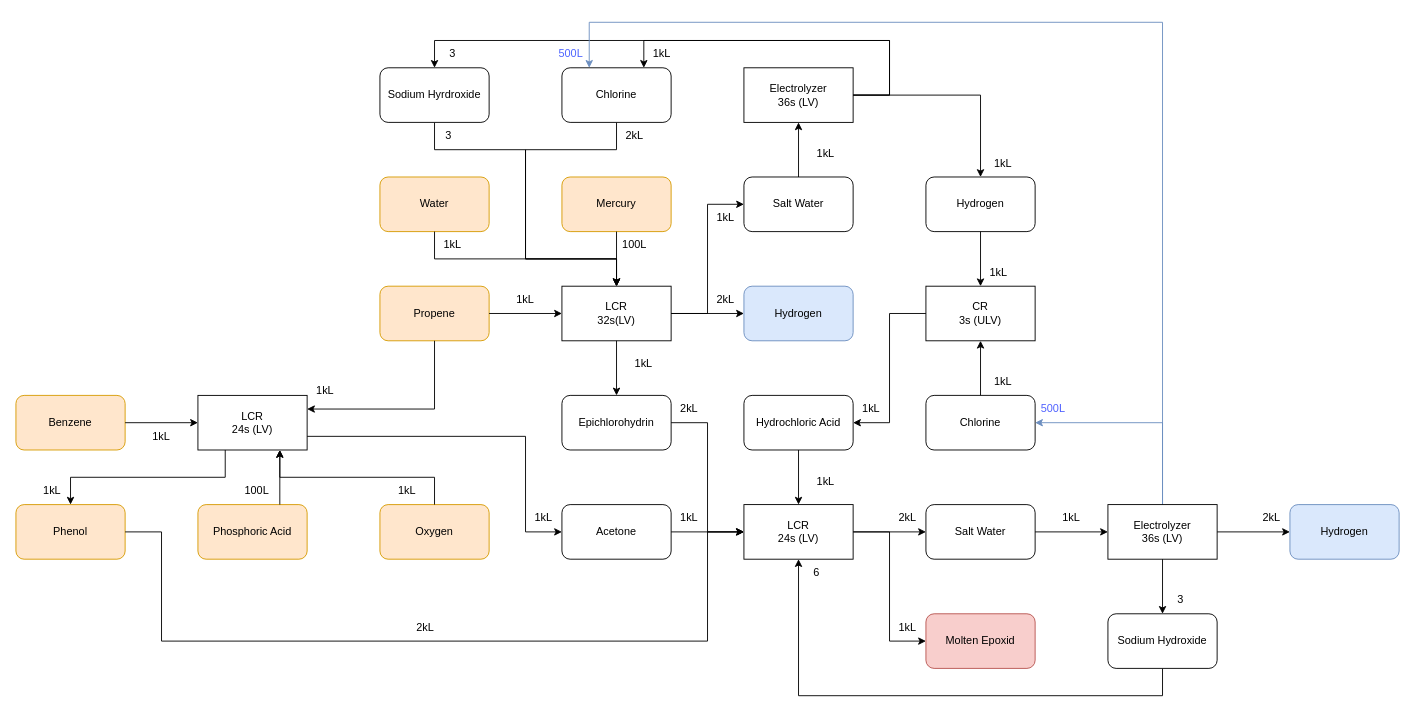
Before: Copy of epoxid.drawio in loldapeep/gtnhcharts, a draw.io diagram. Source tidied: cells renumbered, new cells numbered last; positions are measured from the earlier drawing's top-left corner, leaving out a move shared by most shapes. Both pictures are drawn from the tidied source at 91%, with x=0, y=0 at pixel (15, 22).
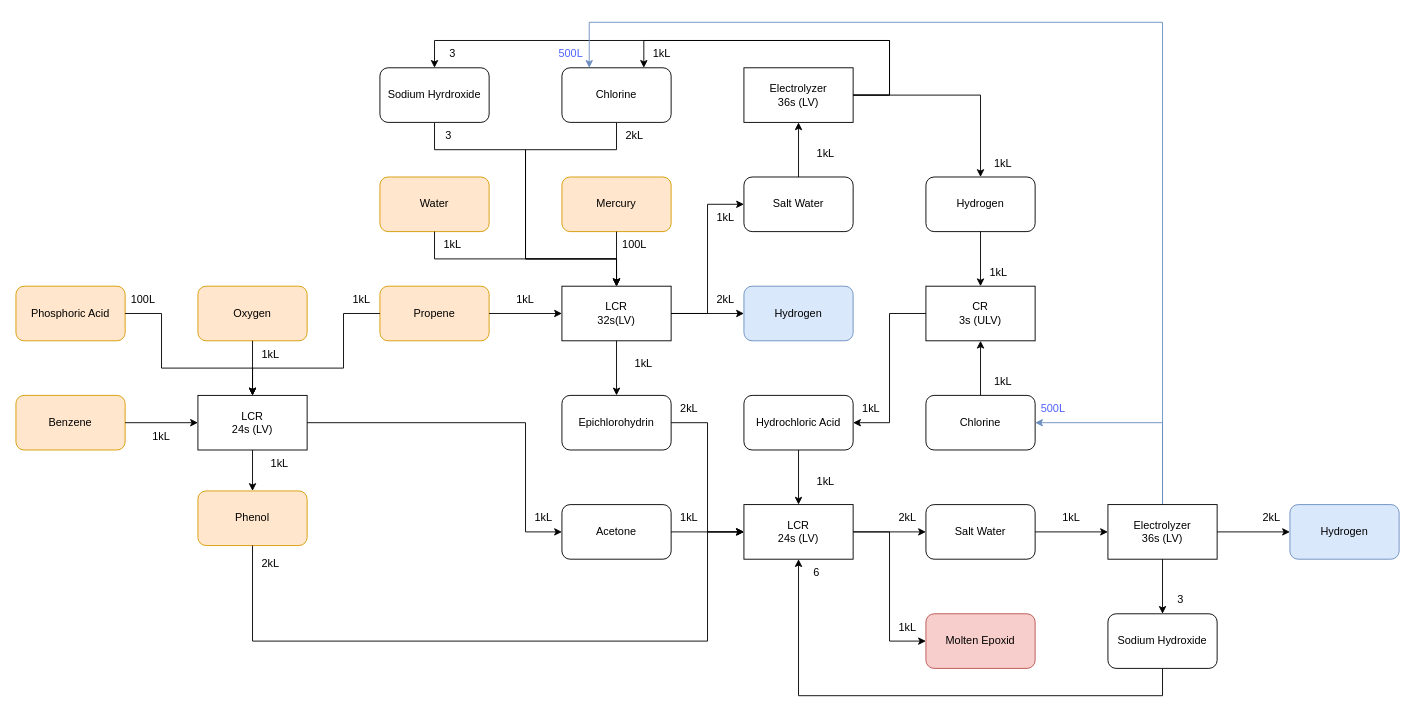
The same diagram, later.

Unchanged cells that the change refers to:
```xml
<mxCell id="4" value="Propene" style="rounded=1;whiteSpace=wrap;html=1;fillColor=#ffe6cc;strokeColor=#d79b00;" parent="1" vertex="1">
  <mxGeometry x="400" y="290" width="120" height="60" as="geometry" />
</mxCell>
<mxCell id="35" value="LCR&lt;br&gt;24s (LV)" style="rounded=0;whiteSpace=wrap;html=1;" parent="1" vertex="1">
  <mxGeometry x="200" y="410" width="120" height="60" as="geometry" />
</mxCell>
<mxCell id="46" value="Acetone" style="rounded=1;whiteSpace=wrap;html=1;" parent="1" vertex="1">
  <mxGeometry x="600" y="530" width="120" height="60" as="geometry" />
</mxCell>
```

Change to the diagram source:
```diff
@@
     <mxCell id="3" value="Phenol" style="rounded=1;whiteSpace=wrap;html=1;fillColor=#ffe6cc;strokeColor=#d79b00;" parent="1" vertex="1">
-      <mxGeometry y="530" width="120" height="60" as="geometry" />
+      <mxGeometry x="200" y="515" width="120" height="60" as="geometry" />
     </mxCell>
@@
     <mxCell id="33" value="Phosphoric Acid" style="rounded=1;whiteSpace=wrap;html=1;fillColor=#ffe6cc;strokeColor=#d79b00;" parent="1" vertex="1">
-      <mxGeometry x="200" y="530" width="120" height="60" as="geometry" />
+      <mxGeometry y="290" width="120" height="60" as="geometry" />
     </mxCell>
     <mxCell id="34" value="Oxygen" style="rounded=1;whiteSpace=wrap;html=1;fillColor=#ffe6cc;strokeColor=#d79b00;" parent="1" vertex="1">
-      <mxGeometry x="400" y="530" width="120" height="60" as="geometry" />
+      <mxGeometry x="200" y="290" width="120" height="60" as="geometry" />
     </mxCell>
@@
-    <mxCell id="36" style="endArrow=classic;html=1;rounded=0;exitX=0.75;exitY=0;exitDx=0;exitDy=0;entryX=0.75;entryY=1;entryDx=0;entryDy=0;" parent="1" edge="1" source="33" target="35">
-      <mxGeometry relative="1" as="geometry" />
+    <mxCell id="36" style="endArrow=classic;html=1;rounded=0;" parent="1" edge="1">
+      <mxGeometry relative="1" as="geometry">
+        <mxPoint x="120" y="320" as="sourcePoint" />
+        <mxPoint x="260" y="410" as="targetPoint" />
+        <Array as="points">
+          <mxPoint x="160" y="320" />
+          <mxPoint x="160" y="380" />
+          <mxPoint x="260" y="380" />
+        </Array>
+      </mxGeometry>
     </mxCell>
-    <mxCell id="37" style="endArrow=classic;html=1;rounded=0;exitX=0.5;exitY=0;exitDx=0;exitDy=0;" parent="1" edge="1" source="34">
-      <mxGeometry relative="1" as="geometry">
-        <mxPoint x="290" y="470" as="targetPoint" />
-        <Array as="points">
-          <mxPoint x="460" y="500" />
-          <mxPoint x="290" y="500" />
-        </Array>
-      </mxGeometry>
+    <mxCell id="37" style="endArrow=classic;html=1;rounded=0;exitX=0.5;exitY=1;exitDx=0;exitDy=0;entryX=0.5;entryY=0;entryDx=0;entryDy=0;" parent="1" edge="1" source="34" target="35">
+      <mxGeometry relative="1" as="geometry" />
     </mxCell>
-    <mxCell id="38" style="endArrow=classic;html=1;rounded=0;exitX=0.5;exitY=1;exitDx=0;exitDy=0;entryX=1;entryY=0.25;entryDx=0;entryDy=0;" parent="1" edge="1" source="4" target="35">
+    <mxCell id="38" style="endArrow=classic;html=1;rounded=0;exitX=0;exitY=0.5;exitDx=0;exitDy=0;entryX=0.5;entryY=0;entryDx=0;entryDy=0;" parent="1" edge="1" source="4" target="35">
       <mxGeometry relative="1" as="geometry">
         <Array as="points">
-          <mxPoint x="460" y="425" />
+          <mxPoint x="360" y="320" />
+          <mxPoint x="360" y="380" />
+          <mxPoint x="260" y="380" />
         </Array>
       </mxGeometry>
     </mxCell>
     <mxCell id="39" value="100L" style="text;html=1;strokeColor=none;fillColor=none;align=center;verticalAlign=middle;whiteSpace=wrap;rounded=0;" parent="1" vertex="1">
-      <mxGeometry x="235" y="500" width="60" height="30" as="geometry" />
+      <mxGeometry x="110" y="290" width="60" height="30" as="geometry" />
     </mxCell>
     <mxCell id="40" value="1kL" style="text;html=1;strokeColor=none;fillColor=none;align=center;verticalAlign=middle;whiteSpace=wrap;rounded=0;" parent="1" vertex="1">
-      <mxGeometry x="400" y="500" width="60" height="30" as="geometry" />
+      <mxGeometry x="250" y="350" width="60" height="30" as="geometry" />
     </mxCell>
     <mxCell id="41" value="1kL" style="text;html=1;strokeColor=none;fillColor=none;align=center;verticalAlign=middle;whiteSpace=wrap;rounded=0;" parent="1" vertex="1">
-      <mxGeometry x="310" y="390" width="60" height="30" as="geometry" />
+      <mxGeometry x="350" y="290" width="60" height="30" as="geometry" />
     </mxCell>
@@
-    <mxCell id="44" style="endArrow=classic;html=1;rounded=0;exitX=0.25;exitY=1;exitDx=0;exitDy=0;entryX=0.5;entryY=0;entryDx=0;entryDy=0;" parent="1" edge="1" source="35" target="3">
-      <mxGeometry relative="1" as="geometry">
-        <Array as="points">
-          <mxPoint x="230" y="500" />
-          <mxPoint x="60" y="500" />
-        </Array>
-      </mxGeometry>
+    <mxCell id="44" style="endArrow=classic;html=1;rounded=0;exitX=0.5;exitY=1;exitDx=0;exitDy=0;entryX=0.5;entryY=0;entryDx=0;entryDy=0;" parent="1" edge="1" source="35" target="3">
+      <mxGeometry relative="1" as="geometry" />
     </mxCell>
     <mxCell id="45" value="1kL" style="text;html=1;strokeColor=none;fillColor=none;align=center;verticalAlign=middle;whiteSpace=wrap;rounded=0;" parent="1" vertex="1">
-      <mxGeometry x="10" y="500" width="60" height="30" as="geometry" />
+      <mxGeometry x="260" y="470" width="60" height="30" as="geometry" />
     </mxCell>
@@
-    <mxCell id="47" style="endArrow=classic;html=1;rounded=0;exitX=1;exitY=0.75;exitDx=0;exitDy=0;entryX=0;entryY=0.5;entryDx=0;entryDy=0;" parent="1" edge="1" source="35" target="46">
+    <mxCell id="47" style="endArrow=classic;html=1;rounded=0;exitX=1;exitY=0.5;exitDx=0;exitDy=0;entryX=0;entryY=0.5;entryDx=0;entryDy=0;" parent="1" edge="1" source="35" target="46">
       <mxGeometry relative="1" as="geometry">
         <Array as="points">
-          <mxPoint x="560" y="455" />
+          <mxPoint x="560" y="440" />
           <mxPoint x="560" y="560" />
         </Array>
       </mxGeometry>
     </mxCell>
@@
-    <mxCell id="49" style="endArrow=classic;html=1;rounded=0;exitX=1;exitY=0.5;exitDx=0;exitDy=0;" parent="1" edge="1" source="3">
+    <mxCell id="49" style="endArrow=classic;html=1;rounded=0;exitX=0.5;exitY=1;exitDx=0;exitDy=0;" parent="1" edge="1" source="3">
       <mxGeometry relative="1" as="geometry">
         <mxPoint x="800" y="560" as="targetPoint" />
         <Array as="points">
-          <mxPoint x="160" y="560" />
-          <mxPoint x="160" y="680" />
+          <mxPoint x="260" y="680" />
           <mxPoint x="760" y="680" />
           <mxPoint x="760" y="560" />
         </Array>
       </mxGeometry>
     </mxCell>
@@
     <mxCell id="54" value="2kL" style="text;html=1;strokeColor=none;fillColor=none;align=center;verticalAlign=middle;whiteSpace=wrap;rounded=0;" parent="1" vertex="1">
-      <mxGeometry x="420" y="650" width="60" height="30" as="geometry" />
+      <mxGeometry x="250" y="580" width="60" height="30" as="geometry" />
     </mxCell>
```
